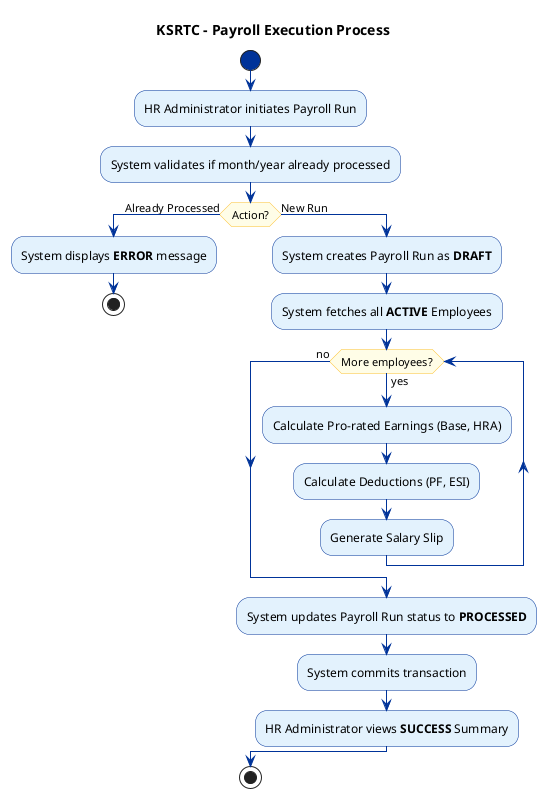
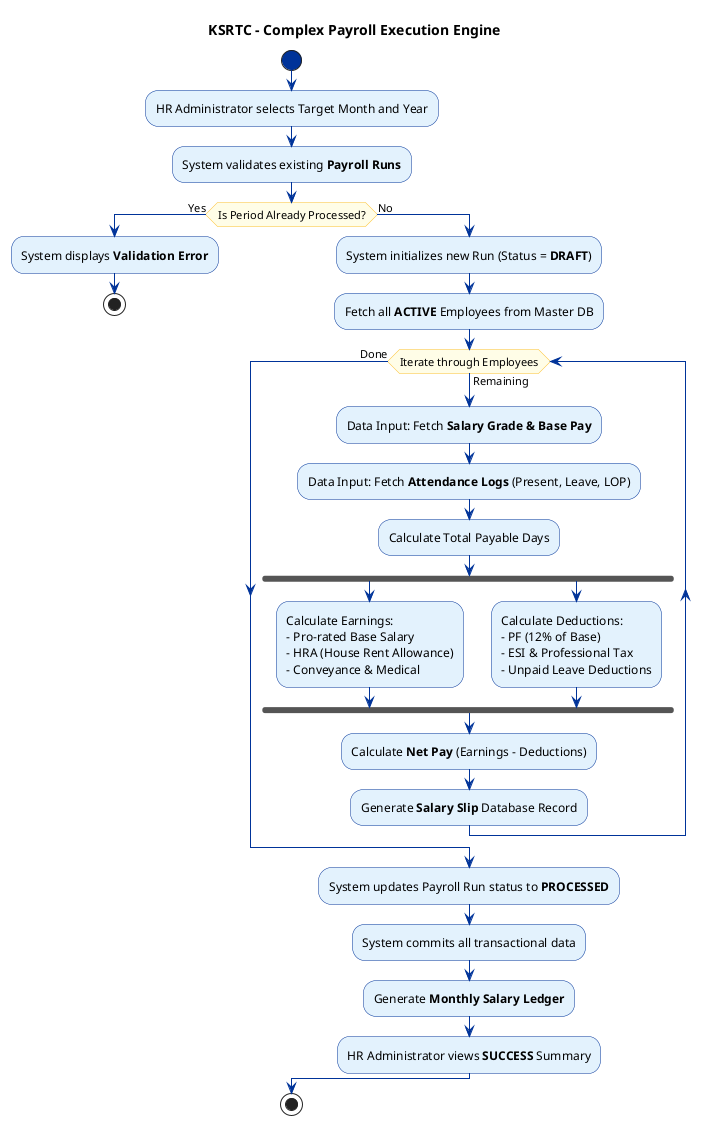
@startuml HR_02_PayrollWorkflow
- title KSRTC - Payroll Execution Process
+ title KSRTC - Complex Payroll Execution Engine

skinparam backgroundColor #FFFFFF
skinparam activity {
  BackgroundColor #E3F2FD
  BorderColor #003399
  ArrowColor #003399
  StartColor #003399
  EndColor #003399
  DiamondBackgroundColor #FFFDE7
  DiamondBorderColor #FBC02D
}

start
- :HR Administrator initiates Payroll Run;
- :System validates if month/year already processed;
+ :HR Administrator selects Target Month and Year;
+ :System validates existing **Payroll Runs**;

- if (Action?) then (Already Processed)
-   :System displays **ERROR** message;
+ if (Is Period Already Processed?) then (Yes)
+   :System displays **Validation Error**;
  stop
- else (New Run)
-   :System creates Payroll Run as **DRAFT**;
-   :System fetches all **ACTIVE** Employees;
+ else (No)
+   :System initializes new Run (Status = **DRAFT**);
+   :Fetch all **ACTIVE** Employees from Master DB;

-   while (More employees?) is (yes)
-     :Calculate Pro-rated Earnings (Base, HRA);
-     :Calculate Deductions (PF, ESI);
-     :Generate Salary Slip;
-   endwhile (no)
+   while (Iterate through Employees) is (Remaining)
+     :Data Input: Fetch **Salary Grade & Base Pay**;
+     :Data Input: Fetch **Attendance Logs** (Present, Leave, LOP);
+     :Calculate Total Payable Days;
+ 
+     fork
+       :Calculate Earnings:
+       - Pro-rated Base Salary
+       - HRA (House Rent Allowance)
+       - Conveyance & Medical;
+     fork again
+       :Calculate Deductions:
+       - PF (12% of Base)
+       - ESI & Professional Tax
+       - Unpaid Leave Deductions;
+     end fork
+ 
+     :Calculate **Net Pay** (Earnings - Deductions);
+     :Generate **Salary Slip** Database Record;
+   endwhile (Done)

  :System updates Payroll Run status to **PROCESSED**;
-   :System commits transaction;
+   :System commits all transactional data;
+   :Generate **Monthly Salary Ledger**;
  :HR Administrator views **SUCCESS** Summary;
endif

stop
@enduml
